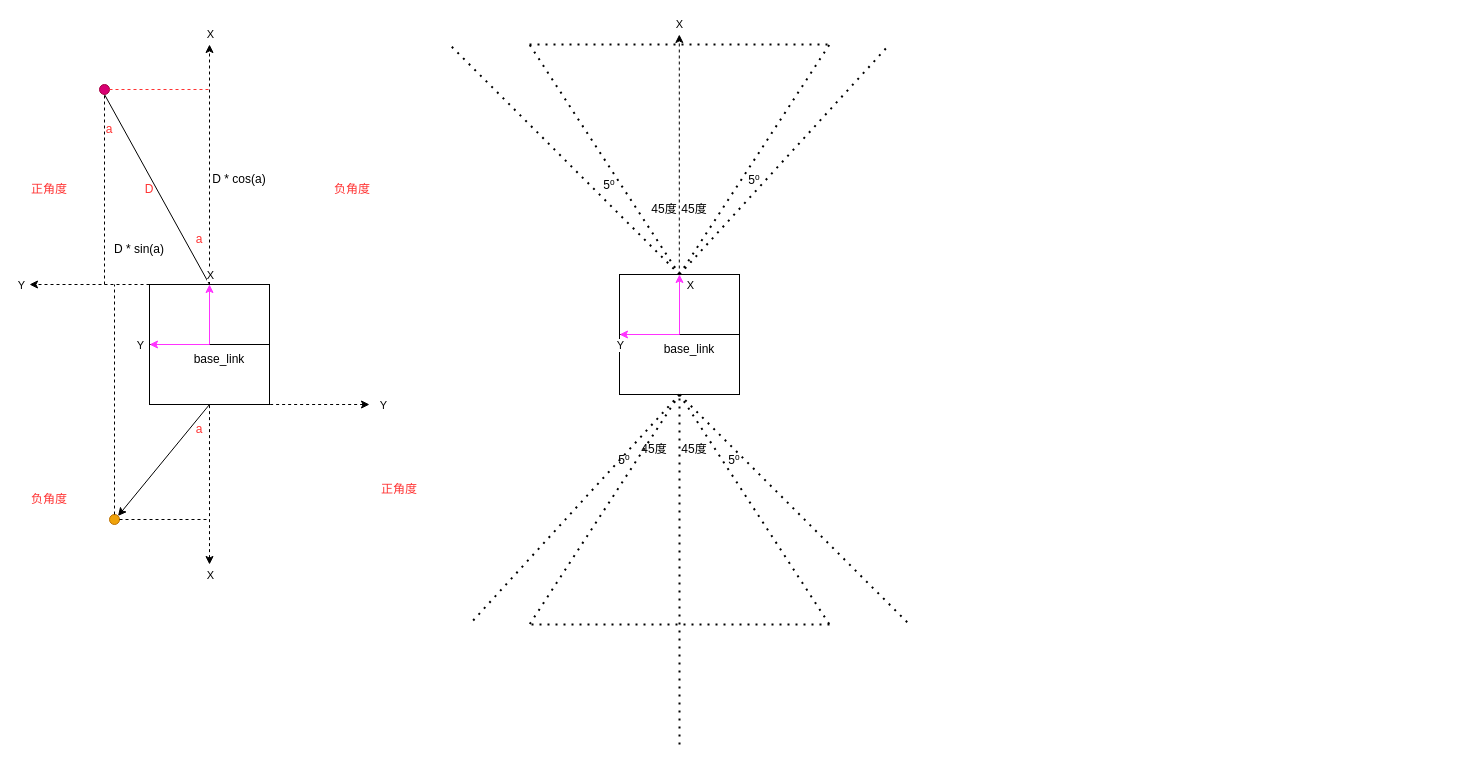
Above: WorkSpace/ObjectTrack/UWB.drawio in mailonghua/drawio (draw.io), before the change. Source tidied: cells renumbered, new cells numbered last; positions are measured from the earlier drawing's top-left corner, leaving out a move shared by most shapes. Both pictures are drawn from the tidied source at 100%, with x=0, y=0 at pixel (19, 34).
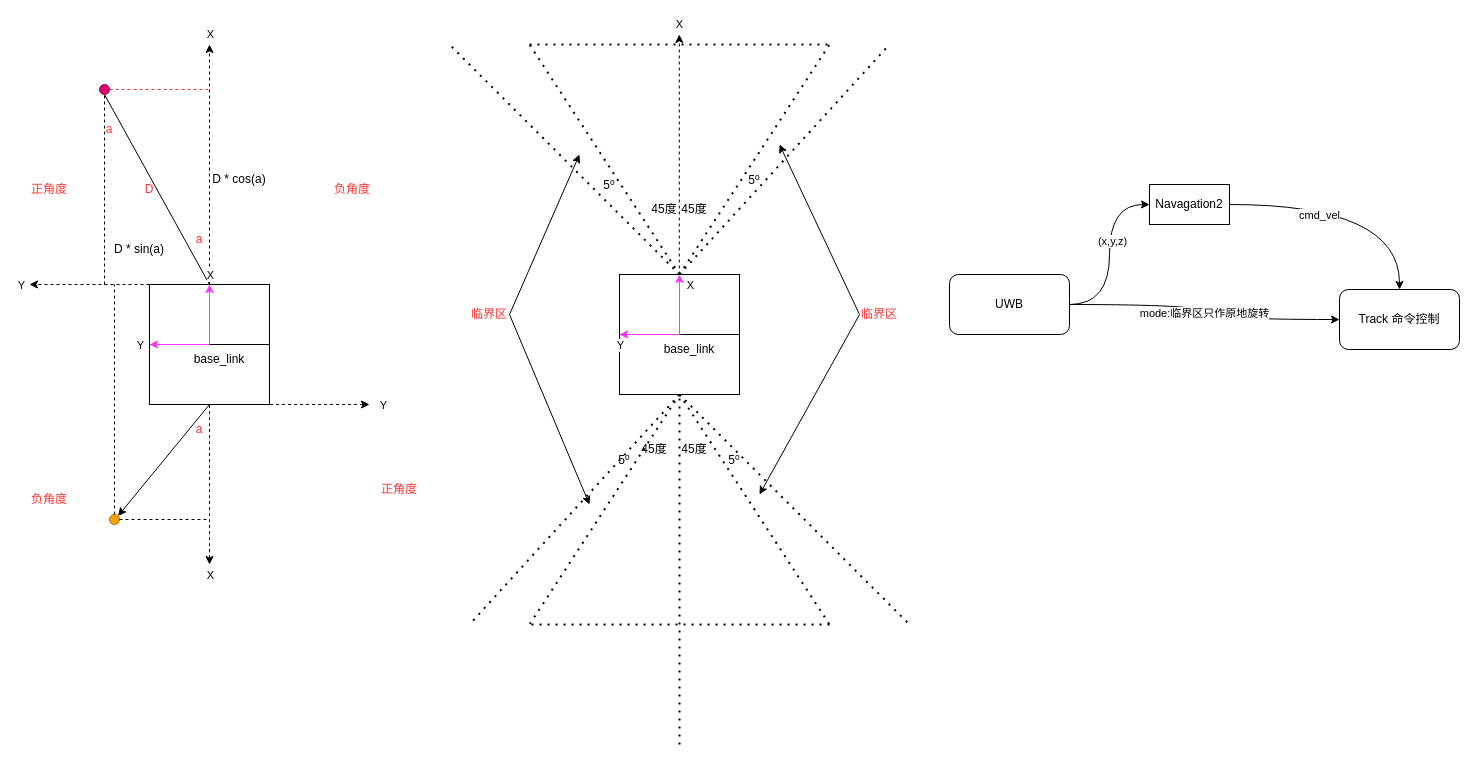
Above is the later version.

Unchanged cells that the change refers to:
```xml
<mxCell id="56" style="group;" parent="1" vertex="1">
  <mxGeometry x="430" y="10" width="440" height="230" as="geometry" />
</mxCell>
```

The edit, as a diff of the source:
```diff
@@
+    <mxCell id="73" style="edgeStyle=none;rounded=0;jettySize=auto;html=1;exitX=1;exitY=0.5;exitDx=0;exitDy=0;" parent="56" edge="1" source="87">
+      <mxGeometry relative="1" as="geometry">
+        <mxPoint x="130" y="110" as="targetPoint" />
+      </mxGeometry>
+    </mxCell>
@@
+    <mxCell id="74" style="edgeStyle=orthogonalEdgeStyle;curved=1;rounded=0;jettySize=auto;html=1;exitX=1;exitY=0.5;exitDx=0;exitDy=0;entryX=0.5;entryY=0;entryDx=0;entryDy=0;" parent="1" edge="1" source="76" target="77">
+      <mxGeometry relative="1" as="geometry" />
+    </mxCell>
+    <mxCell id="75" value="cmd_vel" style="edgeLabel;html=1;align=center;verticalAlign=middle;" parent="74" vertex="1">
+      <mxGeometry x="-0.3" y="-10" relative="1" as="geometry" />
+    </mxCell>
+    <mxCell id="76" value="Navagation2" style="rounded=0;whiteSpace=wrap;html=1;" parent="1" vertex="1">
+      <mxGeometry x="1130" y="150" width="80" height="40" as="geometry" />
+    </mxCell>
+    <mxCell id="77" value="Track 命令控制" style="rounded=1;whiteSpace=wrap;html=1;" parent="1" vertex="1">
+      <mxGeometry x="1320" y="255" width="120" height="60" as="geometry" />
+    </mxCell>
+    <mxCell id="78" style="edgeStyle=orthogonalEdgeStyle;curved=1;rounded=0;jettySize=auto;html=1;exitX=1;exitY=0.5;exitDx=0;exitDy=0;entryX=0;entryY=0.5;entryDx=0;entryDy=0;" parent="1" edge="1" source="82" target="76">
+      <mxGeometry relative="1" as="geometry" />
+    </mxCell>
+    <mxCell id="79" value="(x,y,z)" style="edgeLabel;html=1;align=center;verticalAlign=middle;" parent="78" vertex="1">
+      <mxGeometry x="0.16" y="-2" relative="1" as="geometry" />
+    </mxCell>
+    <mxCell id="80" style="edgeStyle=orthogonalEdgeStyle;curved=1;rounded=0;jettySize=auto;html=1;exitX=1;exitY=0.5;exitDx=0;exitDy=0;entryX=0;entryY=0.5;entryDx=0;entryDy=0;" parent="1" edge="1" source="82" target="77">
+      <mxGeometry relative="1" as="geometry" />
+    </mxCell>
+    <mxCell id="81" value="mode:临界区只作原地旋转" style="edgeLabel;html=1;align=center;verticalAlign=middle;" parent="80" vertex="1">
+      <mxGeometry y="-1" relative="1" as="geometry" />
+    </mxCell>
+    <mxCell id="82" value="UWB" style="rounded=1;whiteSpace=wrap;html=1;" parent="1" vertex="1">
+      <mxGeometry x="930" y="240" width="120" height="60" as="geometry" />
+    </mxCell>
+    <mxCell id="83" style="edgeStyle=none;rounded=0;jettySize=auto;html=1;exitX=0;exitY=0.5;exitDx=0;exitDy=0;" parent="1" edge="1" source="85">
+      <mxGeometry relative="1" as="geometry">
+        <mxPoint x="760" y="110" as="targetPoint" />
+      </mxGeometry>
+    </mxCell>
+    <mxCell id="84" style="edgeStyle=none;rounded=0;jettySize=auto;html=1;exitX=0;exitY=0.5;exitDx=0;exitDy=0;" parent="1" edge="1" source="85">
+      <mxGeometry relative="1" as="geometry">
+        <mxPoint x="740" y="460" as="targetPoint" />
+      </mxGeometry>
+    </mxCell>
+    <mxCell id="85" value="临界区" style="text;html=1;whiteSpace=wrap;strokeColor=none;fillColor=none;align=center;verticalAlign=middle;rounded=0;fontColor=#FF3333;" parent="1" vertex="1">
+      <mxGeometry x="840" y="270" width="40" height="20" as="geometry" />
+    </mxCell>
+    <mxCell id="86" style="edgeStyle=none;rounded=0;jettySize=auto;html=1;exitX=1;exitY=0.5;exitDx=0;exitDy=0;" parent="1" edge="1" source="87">
+      <mxGeometry relative="1" as="geometry">
+        <mxPoint x="570" y="470" as="targetPoint" />
+      </mxGeometry>
+    </mxCell>
+    <mxCell id="87" value="临界区" style="text;html=1;whiteSpace=wrap;strokeColor=none;fillColor=none;align=center;verticalAlign=middle;rounded=0;fontColor=#FF3333;" parent="1" vertex="1">
+      <mxGeometry x="450" y="270" width="40" height="20" as="geometry" />
+    </mxCell>
```
